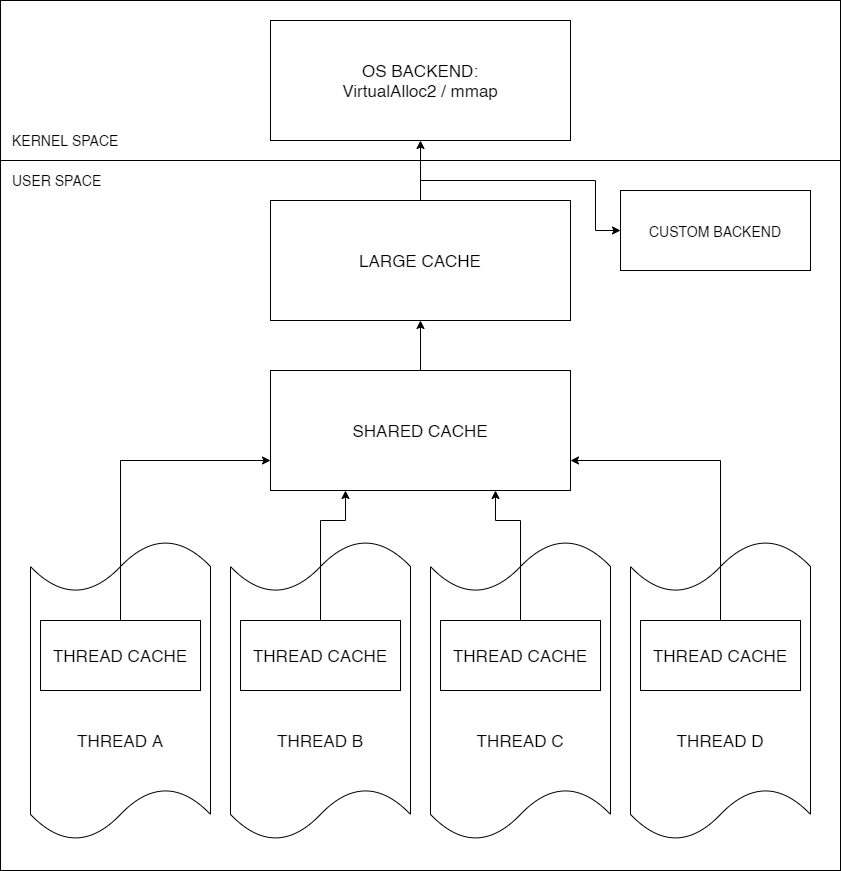
The draw.io diagram docs/overview_image.png in MarcelPiNacy/MPMalloc-Obsolete, before a commit. Source tidied: cells renumbered, new cells last; positions are measured from the earlier drawing's top-left corner, leaving out a move shared by most shapes. Source of this version:
```xml
<mxGraphModel>
  <root>
    <mxCell id="0" />
    <mxCell id="1" parent="0" />
    <mxCell id="2" style="rounded=0;whiteSpace=wrap;html=1;" parent="1" vertex="1">
      <mxGeometry width="840" height="160" as="geometry" />
    </mxCell>
    <mxCell id="3" value="KERNEL SPACE" style="text;html=1;align=left;verticalAlign=middle;fontSize=14;fontStyle=0;" parent="1" vertex="1">
      <mxGeometry x="10" y="130" width="120" height="20" as="geometry" />
    </mxCell>
    <mxCell id="4" style="rounded=0;whiteSpace=wrap;html=1;" parent="1" vertex="1">
      <mxGeometry y="160" width="840" height="710" as="geometry" />
    </mxCell>
    <mxCell id="5" value="USER SPACE" style="text;html=1;align=left;verticalAlign=middle;fontSize=14;fontStyle=0;" parent="1" vertex="1">
      <mxGeometry x="10" y="170" width="100" height="20" as="geometry" />
    </mxCell>
    <mxCell id="6" value="OS BACKEND:&lt;br&gt;VirtualAlloc2 / mmap" style="rounded=0;whiteSpace=wrap;html=1;fontSize=17;" parent="1" vertex="1">
      <mxGeometry x="270" y="20" width="300" height="120" as="geometry" />
    </mxCell>
    <mxCell id="7" style="edgeStyle=orthogonalEdgeStyle;rounded=0;jettySize=auto;html=1;exitX=0.5;exitY=0;exitDx=0;exitDy=0;entryX=0.5;entryY=1;entryDx=0;entryDy=0;fontSize=14;" parent="1" edge="1" source="9" target="6">
      <mxGeometry relative="1" as="geometry" />
    </mxCell>
    <mxCell id="8" style="edgeStyle=orthogonalEdgeStyle;rounded=0;jettySize=auto;html=1;exitX=0.5;exitY=0;exitDx=0;exitDy=0;entryX=0;entryY=0.5;entryDx=0;entryDy=0;fontSize=14;" parent="1" edge="1" source="9" target="24">
      <mxGeometry relative="1" as="geometry" />
    </mxCell>
    <mxCell id="9" value="LARGE CACHE" style="rounded=0;whiteSpace=wrap;html=1;fontSize=17;" parent="1" vertex="1">
      <mxGeometry x="270" y="200" width="300" height="120" as="geometry" />
    </mxCell>
    <mxCell id="10" style="edgeStyle=orthogonalEdgeStyle;rounded=0;jettySize=auto;html=1;exitX=0.5;exitY=0;exitDx=0;exitDy=0;entryX=0.5;entryY=1;entryDx=0;entryDy=0;fontSize=14;" parent="1" edge="1" source="11" target="9">
      <mxGeometry relative="1" as="geometry" />
    </mxCell>
    <mxCell id="11" value="SHARED CACHE" style="rounded=0;whiteSpace=wrap;html=1;fontSize=17;" parent="1" vertex="1">
      <mxGeometry x="270" y="370" width="300" height="120" as="geometry" />
    </mxCell>
    <mxCell id="12" value="&lt;br style=&quot;font-size: 17px&quot;&gt;&lt;br style=&quot;font-size: 17px&quot;&gt;&lt;br style=&quot;font-size: 17px&quot;&gt;&lt;br style=&quot;font-size: 17px&quot;&gt;&lt;br style=&quot;font-size: 17px&quot;&gt;THREAD A" style="shape=tape;whiteSpace=wrap;html=1;size=0.17391304347826086;fontSize=17;" parent="1" vertex="1">
      <mxGeometry x="30" y="540" width="180" height="300" as="geometry" />
    </mxCell>
    <mxCell id="13" style="edgeStyle=orthogonalEdgeStyle;rounded=0;jettySize=auto;html=1;exitX=0.5;exitY=0;exitDx=0;exitDy=0;entryX=0;entryY=0.75;entryDx=0;entryDy=0;fontSize=14;" parent="1" edge="1" source="14" target="11">
      <mxGeometry relative="1" as="geometry" />
    </mxCell>
    <mxCell id="14" value="THREAD CACHE" style="rounded=0;whiteSpace=wrap;html=1;fontSize=17;" parent="1" vertex="1">
      <mxGeometry x="40" y="620" width="160" height="70" as="geometry" />
    </mxCell>
    <mxCell id="15" value="&lt;br style=&quot;font-size: 17px&quot;&gt;&lt;br style=&quot;font-size: 17px&quot;&gt;&lt;br style=&quot;font-size: 17px&quot;&gt;&lt;br style=&quot;font-size: 17px&quot;&gt;&lt;br style=&quot;font-size: 17px&quot;&gt;THREAD C" style="shape=tape;whiteSpace=wrap;html=1;size=0.17391304347826086;fontSize=17;" parent="1" vertex="1">
      <mxGeometry x="430" y="540" width="180" height="300" as="geometry" />
    </mxCell>
    <mxCell id="16" value="&lt;br style=&quot;font-size: 17px&quot;&gt;&lt;br style=&quot;font-size: 17px&quot;&gt;&lt;br style=&quot;font-size: 17px&quot;&gt;&lt;br style=&quot;font-size: 17px&quot;&gt;&lt;br style=&quot;font-size: 17px&quot;&gt;THREAD D" style="shape=tape;whiteSpace=wrap;html=1;size=0.17391304347826086;fontSize=17;" parent="1" vertex="1">
      <mxGeometry x="630" y="540" width="180" height="300" as="geometry" />
    </mxCell>
    <mxCell id="17" value="&lt;br style=&quot;font-size: 17px&quot;&gt;&lt;br style=&quot;font-size: 17px&quot;&gt;&lt;br style=&quot;font-size: 17px&quot;&gt;&lt;br style=&quot;font-size: 17px&quot;&gt;&lt;br style=&quot;font-size: 17px&quot;&gt;THREAD B" style="shape=tape;whiteSpace=wrap;html=1;size=0.17391304347826086;fontSize=17;" parent="1" vertex="1">
      <mxGeometry x="230" y="540" width="180" height="300" as="geometry" />
    </mxCell>
    <mxCell id="18" style="edgeStyle=orthogonalEdgeStyle;rounded=0;jettySize=auto;html=1;exitX=0.5;exitY=0;exitDx=0;exitDy=0;entryX=0.25;entryY=1;entryDx=0;entryDy=0;fontSize=14;" parent="1" edge="1" source="19" target="11">
      <mxGeometry relative="1" as="geometry">
        <Array as="points">
          <mxPoint x="320" y="520" />
          <mxPoint x="345" y="520" />
        </Array>
      </mxGeometry>
    </mxCell>
    <mxCell id="19" value="THREAD CACHE" style="rounded=0;whiteSpace=wrap;html=1;fontSize=17;" parent="1" vertex="1">
      <mxGeometry x="240" y="620" width="160" height="70" as="geometry" />
    </mxCell>
    <mxCell id="20" style="edgeStyle=orthogonalEdgeStyle;rounded=0;jettySize=auto;html=1;exitX=0.5;exitY=0;exitDx=0;exitDy=0;entryX=0.75;entryY=1;entryDx=0;entryDy=0;fontSize=14;" parent="1" edge="1" source="21" target="11">
      <mxGeometry relative="1" as="geometry">
        <Array as="points">
          <mxPoint x="520" y="520" />
          <mxPoint x="495" y="520" />
        </Array>
      </mxGeometry>
    </mxCell>
    <mxCell id="21" value="THREAD CACHE" style="rounded=0;whiteSpace=wrap;html=1;fontSize=17;" parent="1" vertex="1">
      <mxGeometry x="440" y="620" width="160" height="70" as="geometry" />
    </mxCell>
    <mxCell id="22" style="edgeStyle=orthogonalEdgeStyle;rounded=0;jettySize=auto;html=1;exitX=0.5;exitY=0;exitDx=0;exitDy=0;entryX=1;entryY=0.75;entryDx=0;entryDy=0;fontSize=14;" parent="1" edge="1" source="23" target="11">
      <mxGeometry relative="1" as="geometry" />
    </mxCell>
    <mxCell id="23" value="THREAD CACHE" style="rounded=0;whiteSpace=wrap;html=1;fontSize=17;" parent="1" vertex="1">
      <mxGeometry x="640" y="620" width="160" height="70" as="geometry" />
    </mxCell>
    <mxCell id="24" value="&lt;font style=&quot;font-size: 14px&quot;&gt;CUSTOM BACKEND&lt;/font&gt;" style="rounded=0;whiteSpace=wrap;html=1;fontSize=17;fontStyle=0;" parent="1" vertex="1">
      <mxGeometry x="620" y="190" width="190" height="80" as="geometry" />
    </mxCell>
  </root>
</mxGraphModel>
```
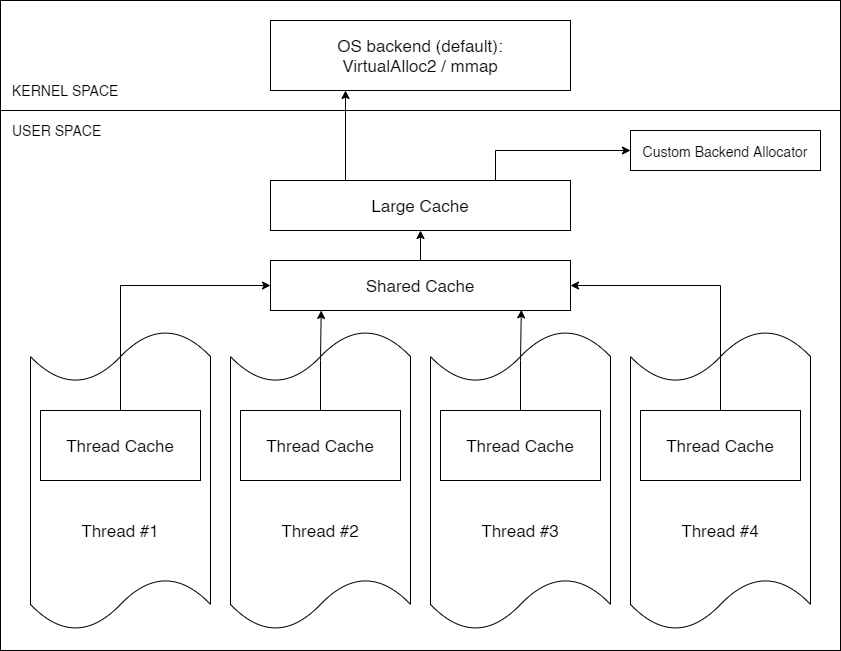
After the change.

Diff of the diagram source:
```diff
@@ -3,83 +3,73 @@
     <mxCell id="0" />
     <mxCell id="1" parent="0" />
     <mxCell id="2" style="rounded=0;whiteSpace=wrap;html=1;" parent="1" vertex="1">
-      <mxGeometry width="840" height="160" as="geometry" />
+      <mxGeometry width="840" height="110" as="geometry" />
     </mxCell>
-    <mxCell id="3" value="KERNEL SPACE" style="text;html=1;align=left;verticalAlign=middle;fontSize=14;fontStyle=0;" parent="1" vertex="1">
-      <mxGeometry x="10" y="130" width="120" height="20" as="geometry" />
+    <mxCell id="3" value="KERNEL SPACE" style="text;html=1;align=left;verticalAlign=middle;fontSize=14;fontStyle=0;glass=1;" parent="1" vertex="1">
+      <mxGeometry x="10" y="80" width="120" height="20" as="geometry" />
     </mxCell>
     <mxCell id="4" style="rounded=0;whiteSpace=wrap;html=1;" parent="1" vertex="1">
-      <mxGeometry y="160" width="840" height="710" as="geometry" />
+      <mxGeometry y="110" width="840" height="540" as="geometry" />
     </mxCell>
     <mxCell id="5" value="USER SPACE" style="text;html=1;align=left;verticalAlign=middle;fontSize=14;fontStyle=0;" parent="1" vertex="1">
-      <mxGeometry x="10" y="170" width="100" height="20" as="geometry" />
+      <mxGeometry x="10" y="120" width="100" height="20" as="geometry" />
     </mxCell>
-    <mxCell id="6" value="OS BACKEND:&lt;br&gt;VirtualAlloc2 / mmap" style="rounded=0;whiteSpace=wrap;html=1;fontSize=17;" parent="1" vertex="1">
-      <mxGeometry x="270" y="20" width="300" height="120" as="geometry" />
+    <mxCell id="6" value="OS backend (default):&lt;br&gt;VirtualAlloc2 / mmap" style="rounded=0;whiteSpace=wrap;html=1;fontSize=17;" parent="1" vertex="1">
+      <mxGeometry x="270" y="20" width="300" height="70" as="geometry" />
     </mxCell>
-    <mxCell id="7" style="edgeStyle=orthogonalEdgeStyle;rounded=0;jettySize=auto;html=1;exitX=0.5;exitY=0;exitDx=0;exitDy=0;entryX=0.5;entryY=1;entryDx=0;entryDy=0;fontSize=14;" parent="1" edge="1" source="9" target="6">
+    <mxCell id="7" style="edgeStyle=orthogonalEdgeStyle;rounded=0;jettySize=auto;html=1;exitX=0.25;exitY=0;exitDx=0;exitDy=0;entryX=0.25;entryY=1;entryDx=0;entryDy=0;" parent="1" edge="1" source="9" target="6">
       <mxGeometry relative="1" as="geometry" />
     </mxCell>
-    <mxCell id="8" style="edgeStyle=orthogonalEdgeStyle;rounded=0;jettySize=auto;html=1;exitX=0.5;exitY=0;exitDx=0;exitDy=0;entryX=0;entryY=0.5;entryDx=0;entryDy=0;fontSize=14;" parent="1" edge="1" source="9" target="24">
+    <mxCell id="8" style="edgeStyle=orthogonalEdgeStyle;rounded=0;jettySize=auto;html=1;exitX=0.75;exitY=0;exitDx=0;exitDy=0;entryX=0;entryY=0.5;entryDx=0;entryDy=0;" parent="1" edge="1" source="9" target="24">
       <mxGeometry relative="1" as="geometry" />
     </mxCell>
-    <mxCell id="9" value="LARGE CACHE" style="rounded=0;whiteSpace=wrap;html=1;fontSize=17;" parent="1" vertex="1">
-      <mxGeometry x="270" y="200" width="300" height="120" as="geometry" />
+    <mxCell id="9" value="Large Cache" style="rounded=0;whiteSpace=wrap;html=1;fontSize=17;" parent="1" vertex="1">
+      <mxGeometry x="270" y="180" width="300" height="50" as="geometry" />
     </mxCell>
     <mxCell id="10" style="edgeStyle=orthogonalEdgeStyle;rounded=0;jettySize=auto;html=1;exitX=0.5;exitY=0;exitDx=0;exitDy=0;entryX=0.5;entryY=1;entryDx=0;entryDy=0;fontSize=14;" parent="1" edge="1" source="11" target="9">
       <mxGeometry relative="1" as="geometry" />
     </mxCell>
-    <mxCell id="11" value="SHARED CACHE" style="rounded=0;whiteSpace=wrap;html=1;fontSize=17;" parent="1" vertex="1">
-      <mxGeometry x="270" y="370" width="300" height="120" as="geometry" />
+    <mxCell id="11" value="Shared Cache" style="rounded=0;whiteSpace=wrap;html=1;fontSize=17;" parent="1" vertex="1">
+      <mxGeometry x="270" y="260" width="300" height="50" as="geometry" />
     </mxCell>
-    <mxCell id="12" value="&lt;br style=&quot;font-size: 17px&quot;&gt;&lt;br style=&quot;font-size: 17px&quot;&gt;&lt;br style=&quot;font-size: 17px&quot;&gt;&lt;br style=&quot;font-size: 17px&quot;&gt;&lt;br style=&quot;font-size: 17px&quot;&gt;THREAD A" style="shape=tape;whiteSpace=wrap;html=1;size=0.17391304347826086;fontSize=17;" parent="1" vertex="1">
-      <mxGeometry x="30" y="540" width="180" height="300" as="geometry" />
+    <mxCell id="12" value="&lt;br style=&quot;font-size: 17px&quot;&gt;&lt;br style=&quot;font-size: 17px&quot;&gt;&lt;br style=&quot;font-size: 17px&quot;&gt;&lt;br style=&quot;font-size: 17px&quot;&gt;&lt;br style=&quot;font-size: 17px&quot;&gt;Thread #1" style="shape=tape;whiteSpace=wrap;html=1;size=0.17391304347826086;fontSize=17;" parent="1" vertex="1">
+      <mxGeometry x="30" y="330" width="180" height="300" as="geometry" />
     </mxCell>
-    <mxCell id="13" style="edgeStyle=orthogonalEdgeStyle;rounded=0;jettySize=auto;html=1;exitX=0.5;exitY=0;exitDx=0;exitDy=0;entryX=0;entryY=0.75;entryDx=0;entryDy=0;fontSize=14;" parent="1" edge="1" source="14" target="11">
+    <mxCell id="13" style="edgeStyle=orthogonalEdgeStyle;rounded=0;jettySize=auto;html=1;exitX=0.5;exitY=0;exitDx=0;exitDy=0;entryX=0;entryY=0.5;entryDx=0;entryDy=0;" parent="1" edge="1" source="14" target="11">
       <mxGeometry relative="1" as="geometry" />
     </mxCell>
-    <mxCell id="14" value="THREAD CACHE" style="rounded=0;whiteSpace=wrap;html=1;fontSize=17;" parent="1" vertex="1">
-      <mxGeometry x="40" y="620" width="160" height="70" as="geometry" />
+    <mxCell id="14" value="Thread Cache" style="rounded=0;whiteSpace=wrap;html=1;fontSize=17;" parent="1" vertex="1">
+      <mxGeometry x="40" y="410" width="160" height="70" as="geometry" />
     </mxCell>
-    <mxCell id="15" value="&lt;br style=&quot;font-size: 17px&quot;&gt;&lt;br style=&quot;font-size: 17px&quot;&gt;&lt;br style=&quot;font-size: 17px&quot;&gt;&lt;br style=&quot;font-size: 17px&quot;&gt;&lt;br style=&quot;font-size: 17px&quot;&gt;THREAD C" style="shape=tape;whiteSpace=wrap;html=1;size=0.17391304347826086;fontSize=17;" parent="1" vertex="1">
-      <mxGeometry x="430" y="540" width="180" height="300" as="geometry" />
+    <mxCell id="15" value="&lt;br style=&quot;font-size: 17px&quot;&gt;&lt;br style=&quot;font-size: 17px&quot;&gt;&lt;br style=&quot;font-size: 17px&quot;&gt;&lt;br style=&quot;font-size: 17px&quot;&gt;&lt;br style=&quot;font-size: 17px&quot;&gt;Thread #3" style="shape=tape;whiteSpace=wrap;html=1;size=0.17391304347826086;fontSize=17;" parent="1" vertex="1">
+      <mxGeometry x="430" y="330" width="180" height="300" as="geometry" />
     </mxCell>
-    <mxCell id="16" value="&lt;br style=&quot;font-size: 17px&quot;&gt;&lt;br style=&quot;font-size: 17px&quot;&gt;&lt;br style=&quot;font-size: 17px&quot;&gt;&lt;br style=&quot;font-size: 17px&quot;&gt;&lt;br style=&quot;font-size: 17px&quot;&gt;THREAD D" style="shape=tape;whiteSpace=wrap;html=1;size=0.17391304347826086;fontSize=17;" parent="1" vertex="1">
-      <mxGeometry x="630" y="540" width="180" height="300" as="geometry" />
+    <mxCell id="16" value="&lt;br style=&quot;font-size: 17px&quot;&gt;&lt;br style=&quot;font-size: 17px&quot;&gt;&lt;br style=&quot;font-size: 17px&quot;&gt;&lt;br style=&quot;font-size: 17px&quot;&gt;&lt;br style=&quot;font-size: 17px&quot;&gt;Thread #4" style="shape=tape;whiteSpace=wrap;html=1;size=0.17391304347826086;fontSize=17;" parent="1" vertex="1">
+      <mxGeometry x="630" y="330" width="180" height="300" as="geometry" />
     </mxCell>
-    <mxCell id="17" value="&lt;br style=&quot;font-size: 17px&quot;&gt;&lt;br style=&quot;font-size: 17px&quot;&gt;&lt;br style=&quot;font-size: 17px&quot;&gt;&lt;br style=&quot;font-size: 17px&quot;&gt;&lt;br style=&quot;font-size: 17px&quot;&gt;THREAD B" style="shape=tape;whiteSpace=wrap;html=1;size=0.17391304347826086;fontSize=17;" parent="1" vertex="1">
-      <mxGeometry x="230" y="540" width="180" height="300" as="geometry" />
+    <mxCell id="17" value="&lt;br style=&quot;font-size: 17px&quot;&gt;&lt;br style=&quot;font-size: 17px&quot;&gt;&lt;br style=&quot;font-size: 17px&quot;&gt;&lt;br style=&quot;font-size: 17px&quot;&gt;&lt;br style=&quot;font-size: 17px&quot;&gt;Thread #2" style="shape=tape;whiteSpace=wrap;html=1;size=0.17391304347826086;fontSize=17;" parent="1" vertex="1">
+      <mxGeometry x="230" y="330" width="180" height="300" as="geometry" />
     </mxCell>
-    <mxCell id="18" style="edgeStyle=orthogonalEdgeStyle;rounded=0;jettySize=auto;html=1;exitX=0.5;exitY=0;exitDx=0;exitDy=0;entryX=0.25;entryY=1;entryDx=0;entryDy=0;fontSize=14;" parent="1" edge="1" source="19" target="11">
-      <mxGeometry relative="1" as="geometry">
-        <Array as="points">
-          <mxPoint x="320" y="520" />
-          <mxPoint x="345" y="520" />
-        </Array>
-      </mxGeometry>
+    <mxCell id="18" style="edgeStyle=orthogonalEdgeStyle;rounded=0;jettySize=auto;html=1;exitX=0.5;exitY=0;exitDx=0;exitDy=0;entryX=0.169;entryY=1;entryDx=0;entryDy=0;entryPerimeter=0;" parent="1" edge="1" source="19" target="11">
+      <mxGeometry relative="1" as="geometry" />
     </mxCell>
-    <mxCell id="19" value="THREAD CACHE" style="rounded=0;whiteSpace=wrap;html=1;fontSize=17;" parent="1" vertex="1">
-      <mxGeometry x="240" y="620" width="160" height="70" as="geometry" />
+    <mxCell id="19" value="Thread Cache" style="rounded=0;whiteSpace=wrap;html=1;fontSize=17;" parent="1" vertex="1">
+      <mxGeometry x="240" y="410" width="160" height="70" as="geometry" />
     </mxCell>
-    <mxCell id="20" style="edgeStyle=orthogonalEdgeStyle;rounded=0;jettySize=auto;html=1;exitX=0.5;exitY=0;exitDx=0;exitDy=0;entryX=0.75;entryY=1;entryDx=0;entryDy=0;fontSize=14;" parent="1" edge="1" source="21" target="11">
-      <mxGeometry relative="1" as="geometry">
-        <Array as="points">
-          <mxPoint x="520" y="520" />
-          <mxPoint x="495" y="520" />
-        </Array>
-      </mxGeometry>
+    <mxCell id="20" style="edgeStyle=orthogonalEdgeStyle;rounded=0;jettySize=auto;html=1;exitX=0.5;exitY=0;exitDx=0;exitDy=0;entryX=0.836;entryY=0.987;entryDx=0;entryDy=0;entryPerimeter=0;" parent="1" edge="1" source="21" target="11">
+      <mxGeometry relative="1" as="geometry" />
     </mxCell>
-    <mxCell id="21" value="THREAD CACHE" style="rounded=0;whiteSpace=wrap;html=1;fontSize=17;" parent="1" vertex="1">
-      <mxGeometry x="440" y="620" width="160" height="70" as="geometry" />
+    <mxCell id="21" value="Thread Cache" style="rounded=0;whiteSpace=wrap;html=1;fontSize=17;" parent="1" vertex="1">
+      <mxGeometry x="440" y="410" width="160" height="70" as="geometry" />
     </mxCell>
-    <mxCell id="22" style="edgeStyle=orthogonalEdgeStyle;rounded=0;jettySize=auto;html=1;exitX=0.5;exitY=0;exitDx=0;exitDy=0;entryX=1;entryY=0.75;entryDx=0;entryDy=0;fontSize=14;" parent="1" edge="1" source="23" target="11">
+    <mxCell id="22" style="edgeStyle=orthogonalEdgeStyle;rounded=0;jettySize=auto;html=1;exitX=0.5;exitY=0;exitDx=0;exitDy=0;entryX=1;entryY=0.5;entryDx=0;entryDy=0;" parent="1" edge="1" source="23" target="11">
       <mxGeometry relative="1" as="geometry" />
     </mxCell>
-    <mxCell id="23" value="THREAD CACHE" style="rounded=0;whiteSpace=wrap;html=1;fontSize=17;" parent="1" vertex="1">
-      <mxGeometry x="640" y="620" width="160" height="70" as="geometry" />
+    <mxCell id="23" value="Thread Cache" style="rounded=0;whiteSpace=wrap;html=1;fontSize=17;" parent="1" vertex="1">
+      <mxGeometry x="640" y="410" width="160" height="70" as="geometry" />
     </mxCell>
-    <mxCell id="24" value="&lt;font style=&quot;font-size: 14px&quot;&gt;CUSTOM BACKEND&lt;/font&gt;" style="rounded=0;whiteSpace=wrap;html=1;fontSize=17;fontStyle=0;" parent="1" vertex="1">
-      <mxGeometry x="620" y="190" width="190" height="80" as="geometry" />
+    <mxCell id="24" value="&lt;font style=&quot;font-size: 14px&quot;&gt;Custom Backend Allocator&lt;/font&gt;" style="rounded=0;whiteSpace=wrap;html=1;fontSize=17;fontStyle=0;" parent="1" vertex="1">
+      <mxGeometry x="630" y="130" width="190" height="40" as="geometry" />
     </mxCell>
   </root>
 </mxGraphModel>
```
